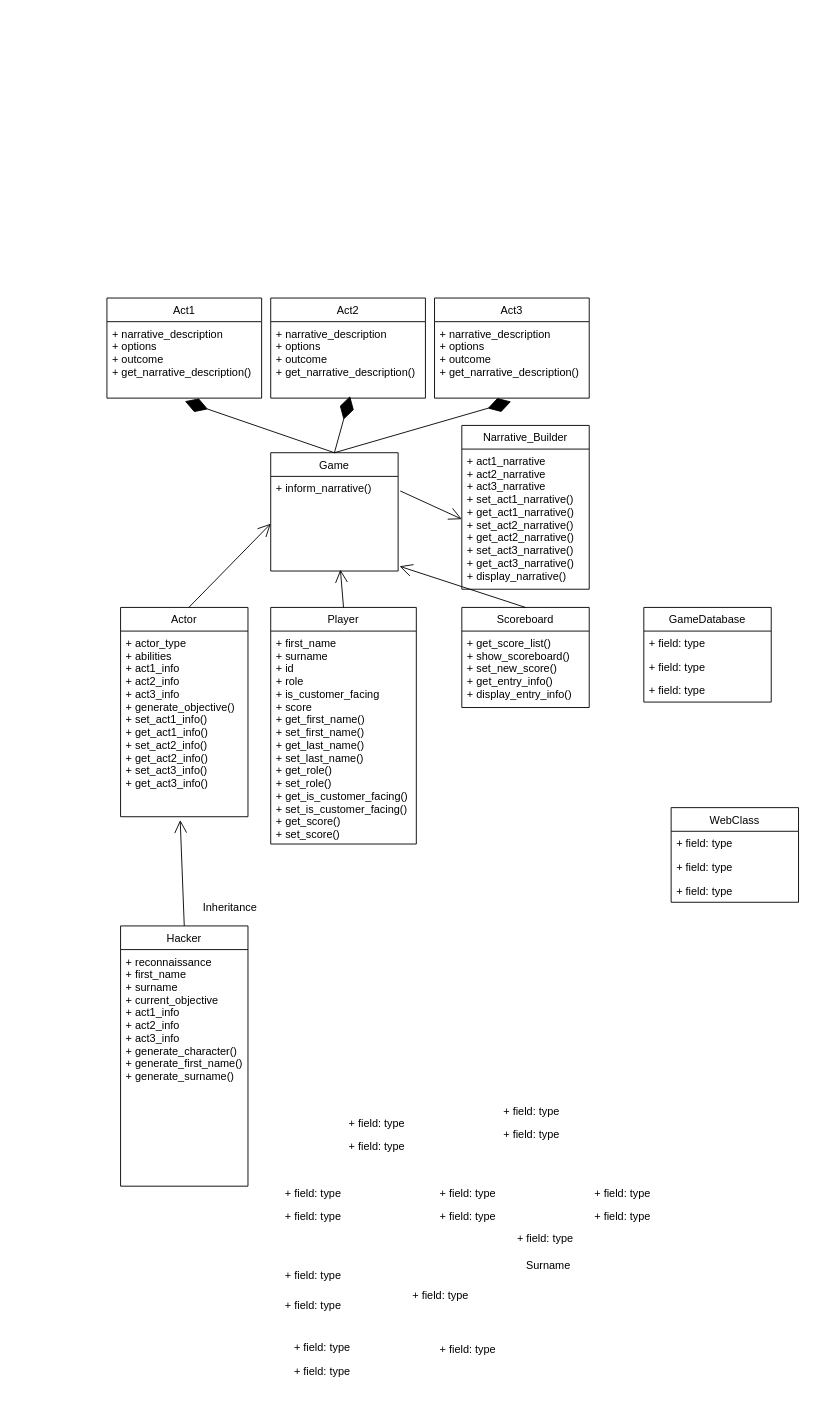
Above: classDiagram.drawio in FebruaryRain/EvilUser (draw.io), before the change. Source tidied: cells renumbered, new cells numbered last; positions are measured from the earlier drawing's top-left corner, leaving out a move shared by most shapes. Both pictures are drawn from the tidied source at 91%, with x=0, y=0 at pixel (106, 298).
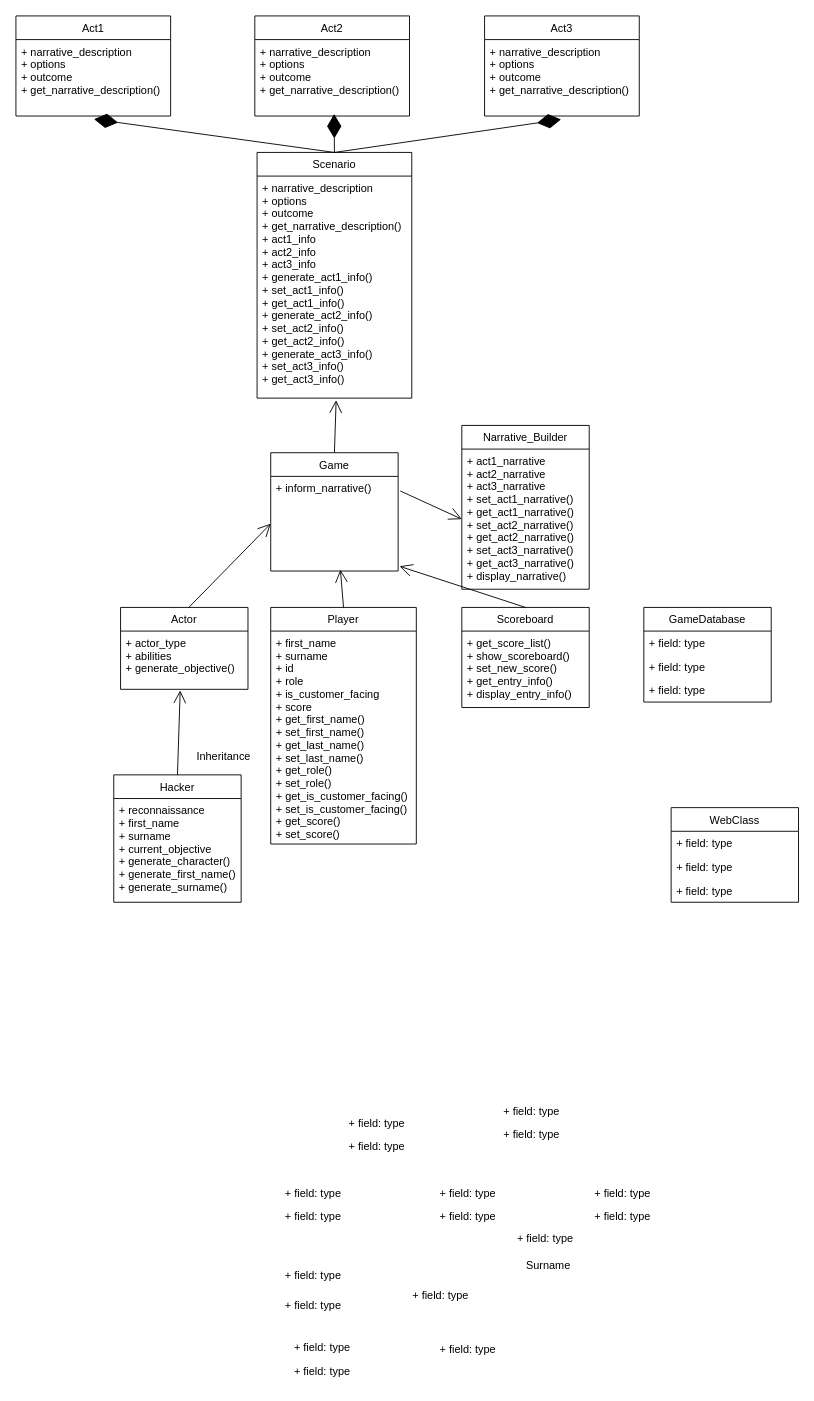
The same page after the edit.

Commit message (it also covers changes not shown here):
classDiagram, more work, also went through all files and ensured they followed the camel case convention; same for Title Case class names, a few syntax and typograpical errors

The change refers to these unchanged cells:
```xml
<mxCell id="2" value="Game" style="swimlane;fontStyle=0;horizontal=1;startSize=26;fillColor=none;" parent="1" vertex="1">
  <mxGeometry x="180" y="170" width="140" height="130" as="geometry" />
</mxCell>
<mxCell id="5" value="+ narrative_description&#10;+ options&#10;+ outcome&#10;+ get_narrative_description()" style="text;strokeColor=none;fillColor=none;align=left;verticalAlign=top;spacingLeft=4;spacingRight=4;overflow=hidden;points=[[0,0.5],[1,0.5]];portConstraint=eastwest;" parent="4" vertex="1">
  <mxGeometry y="26" width="170" height="84" as="geometry" />
</mxCell>
<mxCell id="7" value="+ narrative_description&#10;+ options&#10;+ outcome&#10;+ get_narrative_description()" style="text;strokeColor=none;fillColor=none;align=left;verticalAlign=top;spacingLeft=4;spacingRight=4;overflow=hidden;points=[[0,0.5],[1,0.5]];portConstraint=eastwest;" parent="6" vertex="1">
  <mxGeometry y="26" width="170" height="84" as="geometry" />
</mxCell>
<mxCell id="9" value="+ narrative_description&#10;+ options&#10;+ outcome&#10;+ get_narrative_description()" style="text;strokeColor=none;fillColor=none;align=left;verticalAlign=top;spacingLeft=4;spacingRight=4;overflow=hidden;points=[[0,0.5],[1,0.5]];portConstraint=eastwest;" parent="8" vertex="1">
  <mxGeometry y="26" width="170" height="84" as="geometry" />
</mxCell>
```

What changed in the source:
```diff
@@
     <mxCell id="4" value="Act1" style="swimlane;fontStyle=0;horizontal=1;startSize=26;fillColor=none;" parent="1" vertex="1">
-      <mxGeometry width="170" height="110" as="geometry" />
+      <mxGeometry x="-100" y="-310" width="170" height="110" as="geometry" />
     </mxCell>
@@
     <mxCell id="6" value="Act2" style="swimlane;fontStyle=0;horizontal=1;startSize=26;fillColor=none;" parent="1" vertex="1">
-      <mxGeometry x="180" width="170" height="110" as="geometry" />
+      <mxGeometry x="162.5" y="-310" width="170" height="110" as="geometry" />
     </mxCell>
@@
     <mxCell id="8" value="Act3" style="swimlane;fontStyle=0;horizontal=1;startSize=26;fillColor=none;" parent="1" vertex="1">
-      <mxGeometry x="360" width="170" height="110" as="geometry" />
+      <mxGeometry x="415" y="-310" width="170" height="110" as="geometry" />
     </mxCell>
@@
     <mxCell id="18" value="Actor" style="swimlane;fontStyle=0;horizontal=1;startSize=26;fillColor=none;" parent="1" vertex="1">
-      <mxGeometry x="15" y="340" width="140" height="230" as="geometry" />
+      <mxGeometry x="15" y="340" width="140" height="90" as="geometry" />
     </mxCell>
-    <mxCell id="19" value="+ actor_type&#10;+ abilities&#10;+ act1_info&#10;+ act2_info&#10;+ act3_info&#10;+ generate_objective()&#10;+ set_act1_info()&#10;+ get_act1_info()&#10;+ set_act2_info()&#10;+ get_act2_info()&#10;+ set_act3_info()&#10;+ get_act3_info()&#10;&#10;" style="text;strokeColor=none;fillColor=none;align=left;verticalAlign=top;spacingLeft=4;spacingRight=4;overflow=hidden;points=[[0,0.5],[1,0.5]];portConstraint=eastwest;" parent="18" vertex="1">
-      <mxGeometry y="26" width="140" height="204" as="geometry" />
+    <mxCell id="19" value="+ actor_type&#10;+ abilities&#10;+ generate_objective()&#10;" style="text;strokeColor=none;fillColor=none;align=left;verticalAlign=top;spacingLeft=4;spacingRight=4;overflow=hidden;points=[[0,0.5],[1,0.5]];portConstraint=eastwest;" parent="18" vertex="1">
+      <mxGeometry y="26" width="140" height="64" as="geometry" />
     </mxCell>
     <mxCell id="20" value="Hacker" style="swimlane;fontStyle=0;horizontal=1;startSize=26;fillColor=none;" parent="1" vertex="1">
-      <mxGeometry x="15" y="690" width="140" height="286" as="geometry" />
+      <mxGeometry x="7.5" y="524" width="140" height="140" as="geometry" />
     </mxCell>
-    <mxCell id="21" value="+ reconnaissance&#10;+ first_name&#10;+ surname&#10;+ current_objective&#10;+ act1_info&#10;+ act2_info&#10;+ act3_info&#10;+ generate_character()&#10;+ generate_first_name()&#10;+ generate_surname()" style="text;strokeColor=none;fillColor=none;align=left;verticalAlign=top;spacingLeft=4;spacingRight=4;overflow=hidden;" parent="20" vertex="1">
-      <mxGeometry y="26" width="140" height="260" as="geometry" />
+    <mxCell id="21" value="+ reconnaissance&#10;+ first_name&#10;+ surname&#10;+ current_objective&#10;+ generate_character()&#10;+ generate_first_name()&#10;+ generate_surname()" style="text;strokeColor=none;fillColor=none;align=left;verticalAlign=top;spacingLeft=4;spacingRight=4;overflow=hidden;" parent="20" vertex="1">
+      <mxGeometry y="26" width="140" height="114" as="geometry" />
     </mxCell>
-    <mxCell id="22" style="endArrow=diamondThin;endFill=1;endSize=24;html=1;exitX=0.5;exitY=0;exitDx=0;exitDy=0;entryX=0.495;entryY=1.045;entryDx=0;entryDy=0;entryPerimeter=0;" parent="1" edge="1" source="2" target="9">
+    <mxCell id="22" style="endArrow=diamondThin;endFill=1;endSize=24;html=1;exitX=0.5;exitY=0;exitDx=0;exitDy=0;entryX=0.495;entryY=1.045;entryDx=0;entryDy=0;entryPerimeter=0;" parent="1" edge="1" source="55" target="9">
       <mxGeometry relative="1" as="geometry" />
     </mxCell>
-    <mxCell id="23" style="endArrow=diamondThin;endFill=1;endSize=24;html=1;exitX=0.5;exitY=0;exitDx=0;exitDy=0;entryX=0.513;entryY=0.973;entryDx=0;entryDy=0;entryPerimeter=0;" parent="1" edge="1" source="2" target="7">
+    <mxCell id="23" style="endArrow=diamondThin;endFill=1;endSize=24;html=1;exitX=0.5;exitY=0;exitDx=0;exitDy=0;entryX=0.513;entryY=0.973;entryDx=0;entryDy=0;entryPerimeter=0;" parent="1" edge="1" source="55" target="7">
       <mxGeometry relative="1" as="geometry" />
     </mxCell>
-    <mxCell id="24" style="endArrow=diamondThin;endFill=1;endSize=24;html=1;exitX=0.5;exitY=0;exitDx=0;exitDy=0;entryX=0.504;entryY=1.041;entryDx=0;entryDy=0;entryPerimeter=0;" parent="1" edge="1" source="2" target="5">
+    <mxCell id="24" style="endArrow=diamondThin;endFill=1;endSize=24;html=1;exitX=0.5;exitY=0;exitDx=0;exitDy=0;entryX=0.504;entryY=1.041;entryDx=0;entryDy=0;entryPerimeter=0;" parent="1" edge="1" source="55" target="5">
       <mxGeometry relative="1" as="geometry" />
     </mxCell>
@@
     <mxCell id="27" value="Inheritance" style="text;html=1;align=center;verticalAlign=middle;" parent="1" vertex="1">
-      <mxGeometry x="100" y="660" width="70" height="20" as="geometry" />
+      <mxGeometry x="92.5" y="494" width="70" height="20" as="geometry" />
     </mxCell>
@@
+    <mxCell id="55" value="Scenario" style="swimlane;fontStyle=0;horizontal=1;startSize=26;fillColor=none;" parent="1" vertex="1">
+      <mxGeometry x="165" y="-160" width="170" height="270" as="geometry" />
+    </mxCell>
+    <mxCell id="56" value="+ narrative_description&#10;+ options&#10;+ outcome&#10;+ get_narrative_description()&#10;+ act1_info&#10;+ act2_info&#10;+ act3_info&#10;+ generate_act1_info()&#10;+ set_act1_info()&#10;+ get_act1_info()&#10;+ generate_act2_info()&#10;+ set_act2_info()&#10;+ get_act2_info()&#10;+ generate_act3_info()&#10;+ set_act3_info()&#10;+ get_act3_info()" style="text;strokeColor=none;fillColor=none;align=left;verticalAlign=top;spacingLeft=4;spacingRight=4;overflow=hidden;points=[[0,0.5],[1,0.5]];portConstraint=eastwest;" parent="55" vertex="1">
+      <mxGeometry y="26" width="170" height="244" as="geometry" />
+    </mxCell>
+    <mxCell id="57" style="endArrow=open;endFill=1;endSize=12;html=1;entryX=0.511;entryY=1.009;entryDx=0;entryDy=0;exitX=0.5;exitY=0;exitDx=0;exitDy=0;entryPerimeter=0;" parent="1" edge="1" source="2" target="56">
+      <mxGeometry relative="1" as="geometry" />
+    </mxCell>
```
